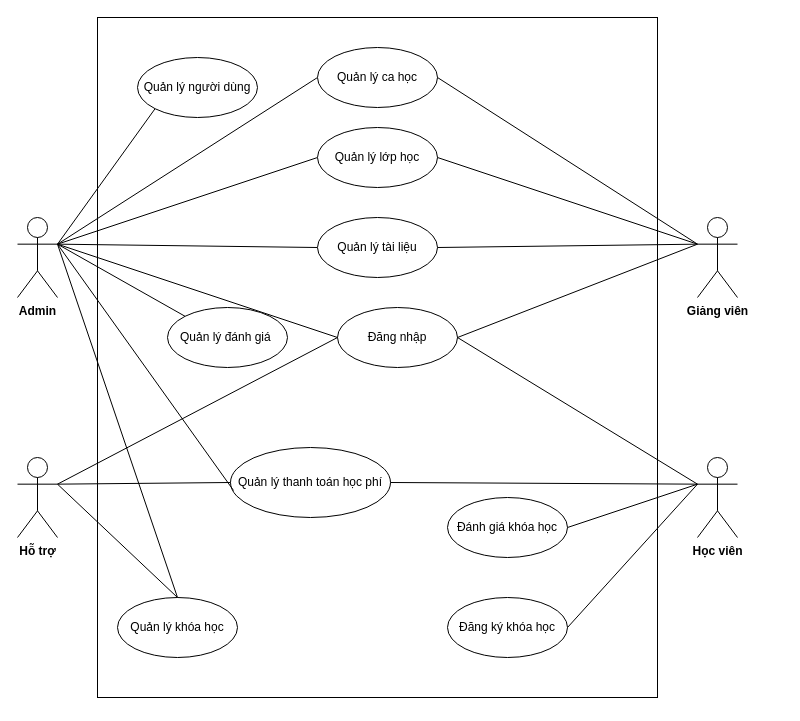
This is usecase.drawio from dctuyen/myFinalYearProject, a draw.io file, before an edit. Source tidied: cells renumbered, new cells numbered last; positions are measured from the earlier drawing's top-left corner, leaving out a move shared by most shapes. Both pictures are drawn from the tidied source at 100%, with x=0, y=0 at pixel (17, 17).
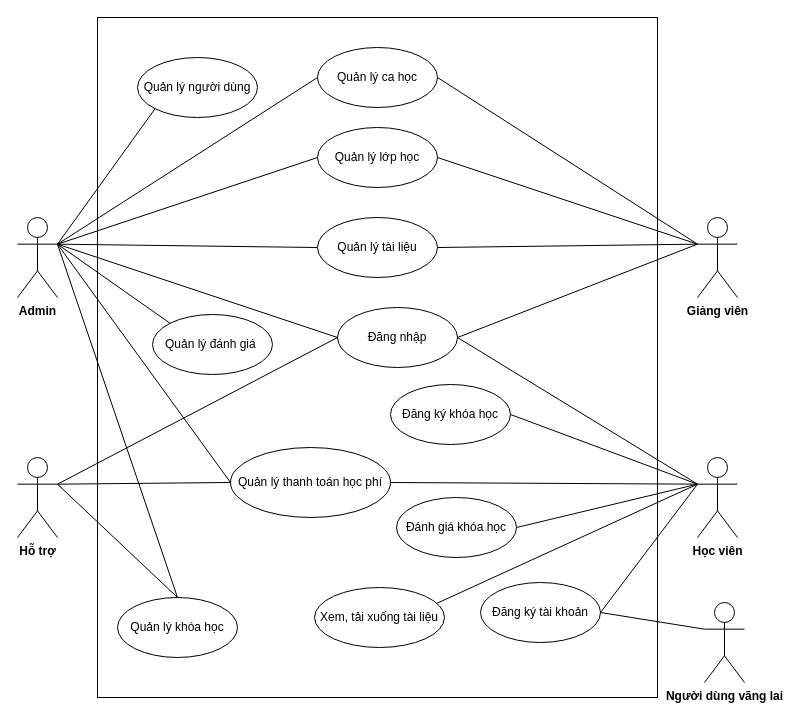
The same page after the edit.

Commit message:
Cập nhật usecase.drawio

The change refers to these unchanged cells:
```xml
<mxCell id="4" value="&lt;b&gt;Admin&lt;/b&gt;" style="shape=umlActor;verticalLabelPosition=bottom;verticalAlign=top;html=1;outlineConnect=0;" parent="1" vertex="1">
  <mxGeometry y="200" width="40" height="80" as="geometry" />
</mxCell>
<mxCell id="7" value="Đăng nhập" style="ellipse;whiteSpace=wrap;html=1;verticalAlign=middle;" parent="1" vertex="1">
  <mxGeometry x="320" y="290" width="120" height="60" as="geometry" />
</mxCell>
<mxCell id="15" value="&lt;b&gt;Giảng viên&lt;/b&gt;" style="shape=umlActor;verticalLabelPosition=bottom;verticalAlign=top;html=1;outlineConnect=0;gradientColor=none;" parent="1" vertex="1">
  <mxGeometry x="680" y="200" width="40" height="80" as="geometry" />
</mxCell>
<mxCell id="18" value="Quản lý thanh toán học phí" style="ellipse;whiteSpace=wrap;html=1;verticalAlign=middle;" parent="1" vertex="1">
  <mxGeometry x="213" y="430" width="160" height="70" as="geometry" />
</mxCell>
<mxCell id="22" value="&lt;b&gt;Học viên&lt;/b&gt;" style="shape=umlActor;verticalLabelPosition=bottom;verticalAlign=top;html=1;outlineConnect=0;" parent="1" vertex="1">
  <mxGeometry x="680" y="440" width="40" height="80" as="geometry" />
</mxCell>
```

Diff of the diagram source:
```diff
@@
-    <mxCell id="16" style="edgeStyle=none;rounded=1;jettySize=auto;html=1;endArrow=none;endFill=0;exitX=0;exitY=0.3333333333333333;exitDx=0;exitDy=0;exitPerimeter=0;entryX=1;entryY=0.5;entryDx=0;entryDy=0;" parent="1" edge="1" source="15" target="7">
-      <mxGeometry relative="1" as="geometry" />
-    </mxCell>
@@
-    <mxCell id="19" style="rounded=1;jettySize=auto;html=1;endArrow=none;endFill=0;exitX=1;exitY=0.3333333333333333;exitDx=0;exitDy=0;exitPerimeter=0;entryX=0.019;entryY=0.614;entryDx=0;entryDy=0;entryPerimeter=0;" parent="1" edge="1" source="4" target="18">
+    <mxCell id="19" style="rounded=1;jettySize=auto;html=1;endArrow=none;endFill=0;exitX=1;exitY=0.3333333333333333;exitDx=0;exitDy=0;exitPerimeter=0;entryX=0;entryY=0.5;entryDx=0;entryDy=0;" parent="1" edge="1" source="4" target="18">
       <mxGeometry relative="1" as="geometry" />
     </mxCell>
@@
     <mxCell id="24" value="Quản lý đánh giá&amp;nbsp;" style="ellipse;whiteSpace=wrap;html=1;verticalAlign=middle;" parent="1" vertex="1">
-      <mxGeometry x="150" y="290" width="120" height="60" as="geometry" />
+      <mxGeometry x="135" y="297" width="120" height="60" as="geometry" />
     </mxCell>
@@
-    <mxCell id="27" value="Đăng ký khóa học" style="ellipse;whiteSpace=wrap;html=1;verticalAlign=middle;" parent="1" vertex="1">
-      <mxGeometry x="430" y="580" width="120" height="60" as="geometry" />
-    </mxCell>
@@
     <mxCell id="30" value="Đánh giá khóa học" style="ellipse;whiteSpace=wrap;html=1;verticalAlign=middle;" parent="1" vertex="1">
-      <mxGeometry x="430" y="480" width="120" height="60" as="geometry" />
+      <mxGeometry x="379" y="480" width="120" height="60" as="geometry" />
     </mxCell>
@@
+    <mxCell id="36" value="Đăng ký tài khoản" style="ellipse;whiteSpace=wrap;html=1;verticalAlign=middle;" parent="1" vertex="1">
+      <mxGeometry x="463" y="565" width="120" height="60" as="geometry" />
+    </mxCell>
+    <mxCell id="37" style="edgeStyle=none;rounded=1;jettySize=auto;html=1;endArrow=none;endFill=0;entryX=1;entryY=0.5;entryDx=0;entryDy=0;exitX=0;exitY=0.3333333333333333;exitDx=0;exitDy=0;exitPerimeter=0;" parent="1" edge="1" source="22" target="36">
+      <mxGeometry relative="1" as="geometry" />
+    </mxCell>
+    <mxCell id="38" value="Xem, tải xuống tài liệu" style="ellipse;whiteSpace=wrap;html=1;verticalAlign=middle;" parent="1" vertex="1">
+      <mxGeometry x="297" y="570" width="130" height="60" as="geometry" />
+    </mxCell>
+    <mxCell id="39" style="edgeStyle=none;rounded=1;jettySize=auto;html=1;endArrow=none;endFill=0;entryX=0.938;entryY=0.267;entryDx=0;entryDy=0;exitX=0;exitY=0.3333333333333333;exitDx=0;exitDy=0;exitPerimeter=0;entryPerimeter=0;" parent="1" edge="1" source="22" target="38">
+      <mxGeometry relative="1" as="geometry" />
+    </mxCell>
+    <mxCell id="40" value="&lt;b&gt;Người dùng vãng lai&lt;/b&gt;" style="shape=umlActor;verticalLabelPosition=bottom;verticalAlign=top;html=1;outlineConnect=0;" parent="1" vertex="1">
+      <mxGeometry x="687" y="585" width="40" height="80" as="geometry" />
+    </mxCell>
+    <mxCell id="16" style="edgeStyle=none;rounded=1;jettySize=auto;html=1;endArrow=none;endFill=0;exitX=0;exitY=0.3333333333333333;exitDx=0;exitDy=0;exitPerimeter=0;entryX=1;entryY=0.5;entryDx=0;entryDy=0;" parent="1" edge="1" source="15" target="7">
+      <mxGeometry relative="1" as="geometry" />
+    </mxCell>
+    <mxCell id="27" value="Đăng ký khóa học" style="ellipse;whiteSpace=wrap;html=1;verticalAlign=middle;" parent="1" vertex="1">
+      <mxGeometry x="373" y="367" width="120" height="60" as="geometry" />
+    </mxCell>
+    <mxCell id="41" style="edgeStyle=none;rounded=1;jettySize=auto;html=1;endArrow=none;endFill=0;entryX=1;entryY=0.5;entryDx=0;entryDy=0;exitX=0;exitY=0.3333333333333333;exitDx=0;exitDy=0;exitPerimeter=0;" parent="1" edge="1" source="40" target="36">
+      <mxGeometry relative="1" as="geometry" />
+    </mxCell>
```
